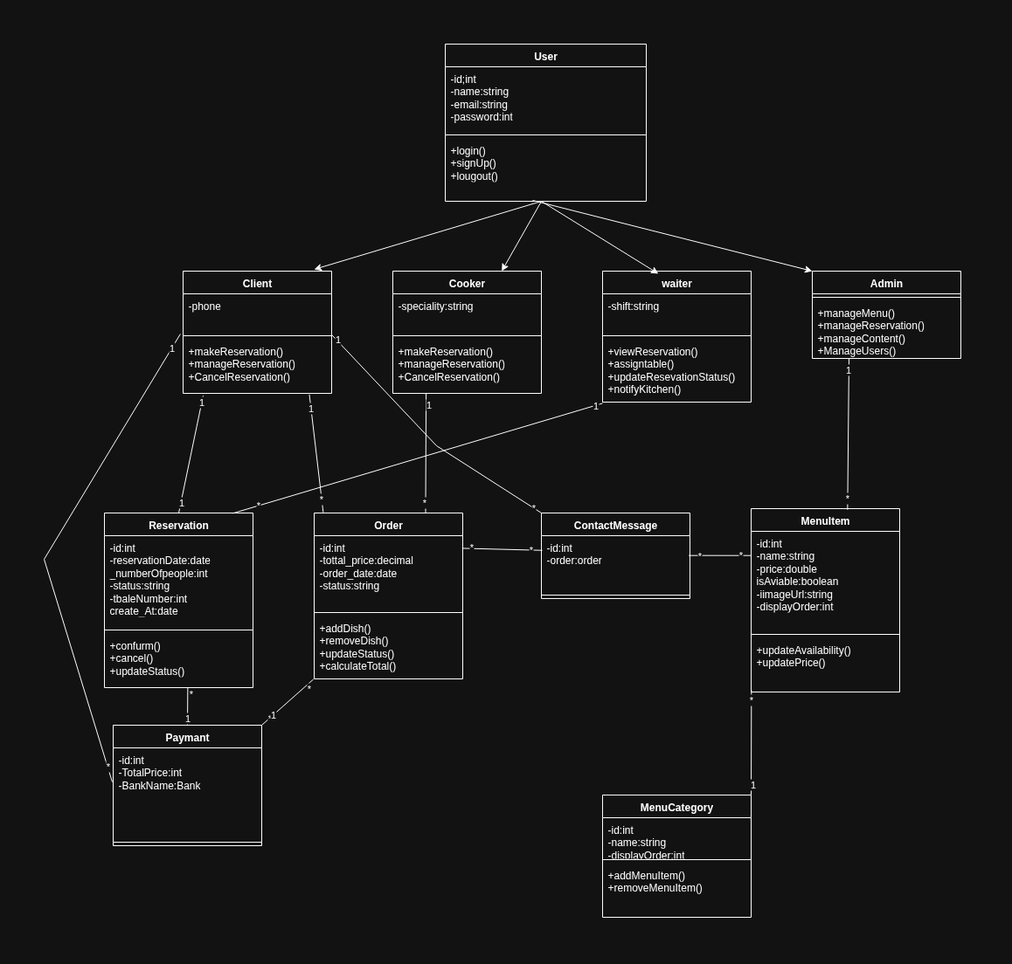
Earlier version of the draw.io export UML_Restaurant.drawio.png (ELMAKHTARLAARIF/Gestion_restaurant). Source tidied: cells renumbered, new cells last; positions are measured from the earlier drawing's top-left corner, leaving out a move shared by most shapes.
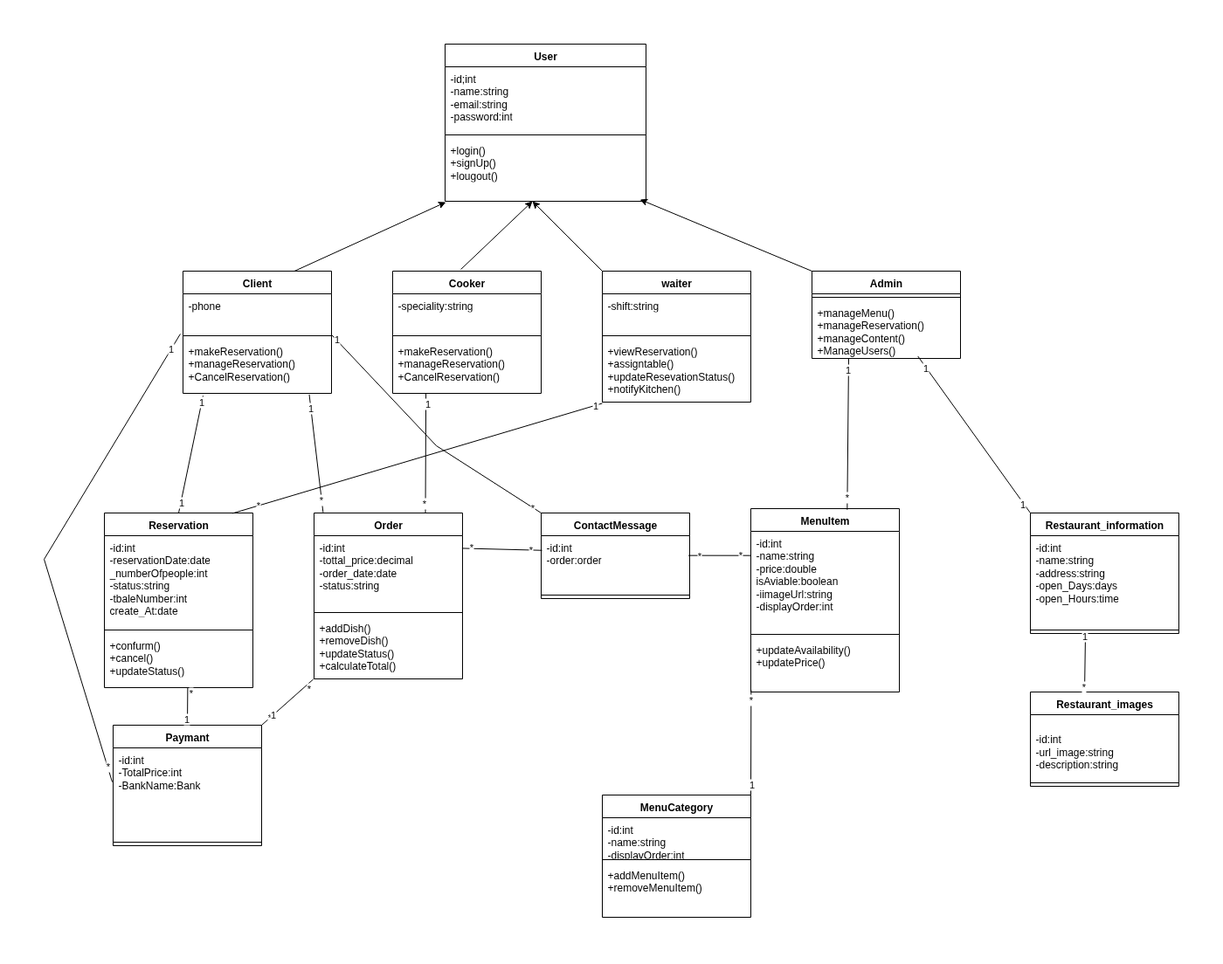
Later version of the same file.

Change to the diagram source:
```diff
@@ -259,25 +259,55 @@
     <mxCell id="80" value="1" style="edgeLabel;html=1;align=center;verticalAlign=middle;" parent="78" vertex="1">
       <mxGeometry x="-0.63" y="1" relative="1" as="geometry" />
     </mxCell>
-    <mxCell id="81" style="endArrow=classic;html=1;rounded=0;entryX=0;entryY=0;entryDx=0;entryDy=0;" parent="1" edge="1" target="10">
-      <mxGeometry relative="1" as="geometry">
-        <mxPoint x="559" y="179" as="sourcePoint" />
-      </mxGeometry>
+    <mxCell id="81" style="endArrow=classic;html=1;rounded=0;entryX=0.97;entryY=0.972;entryDx=0;entryDy=0;entryPerimeter=0;exitX=0;exitY=0;exitDx=0;exitDy=0;" parent="1" edge="1" source="10" target="5">
+      <mxGeometry relative="1" as="geometry" />
     </mxCell>
-    <mxCell id="82" style="endArrow=classic;html=1;rounded=0;entryX=0.376;entryY=0.02;entryDx=0;entryDy=0;entryPerimeter=0;" parent="1" edge="1" target="18">
+    <mxCell id="82" style="endArrow=classic;html=1;rounded=0;exitX=0;exitY=0;exitDx=0;exitDy=0;" parent="1" edge="1" source="18">
       <mxGeometry relative="1" as="geometry">
-        <mxPoint x="569" y="180" as="sourcePoint" />
+        <mxPoint x="559" y="180" as="targetPoint" />
       </mxGeometry>
     </mxCell>
-    <mxCell id="83" style="endArrow=classic;html=1;rounded=0;" parent="1" edge="1" target="14">
-      <mxGeometry relative="1" as="geometry">
-        <mxPoint x="569" y="180" as="sourcePoint" />
-      </mxGeometry>
+    <mxCell id="83" style="endArrow=classic;html=1;rounded=0;entryX=0.435;entryY=1;entryDx=0;entryDy=0;entryPerimeter=0;exitX=0.459;exitY=-0.014;exitDx=0;exitDy=0;exitPerimeter=0;" parent="1" edge="1" source="14" target="5">
+      <mxGeometry relative="1" as="geometry" />
     </mxCell>
-    <mxCell id="84" style="endArrow=classic;html=1;rounded=0;entryX=0.882;entryY=-0.014;entryDx=0;entryDy=0;entryPerimeter=0;" parent="1" edge="1" target="6">
-      <mxGeometry relative="1" as="geometry">
-        <mxPoint x="569" y="180" as="sourcePoint" />
-      </mxGeometry>
+    <mxCell id="84" style="endArrow=classic;html=1;rounded=0;entryX=0.004;entryY=1.014;entryDx=0;entryDy=0;entryPerimeter=0;exitX=0.75;exitY=0;exitDx=0;exitDy=0;" parent="1" edge="1" source="6" target="5">
+      <mxGeometry relative="1" as="geometry" />
     </mxCell>
+    <mxCell id="85" value="Restaurant_information" style="swimlane;fontStyle=1;align=center;verticalAlign=top;horizontal=1;startSize=26;whiteSpace=wrap;html=1;" parent="1" vertex="1">
+      <mxGeometry x="1129" y="537" width="170" height="138" as="geometry" />
+    </mxCell>
+    <mxCell id="86" value="-id:int&lt;div&gt;-name:string&lt;/div&gt;&lt;div&gt;-address:string&lt;/div&gt;&lt;div&gt;-open_Days:days&lt;/div&gt;&lt;div&gt;-open_Hours:time&lt;/div&gt;&lt;div&gt;&lt;br&gt;&lt;/div&gt;" style="text;strokeColor=none;fillColor=none;align=left;verticalAlign=top;spacingLeft=4;spacingRight=4;overflow=hidden;whiteSpace=wrap;html=1;" parent="85" vertex="1">
+      <mxGeometry y="26" width="170" height="104" as="geometry" />
+    </mxCell>
+    <mxCell id="87" style="line;strokeWidth=1;fillColor=none;align=left;verticalAlign=middle;spacingTop=-1;spacingLeft=3;spacingRight=3;labelPosition=right;points=[];portConstraint=eastwest;strokeColor=inherit;" parent="85" vertex="1">
+      <mxGeometry y="130" width="170" height="8" as="geometry" />
+    </mxCell>
+    <mxCell id="88" value="Restaurant_images" style="swimlane;fontStyle=1;align=center;verticalAlign=top;horizontal=1;startSize=26;whiteSpace=wrap;html=1;" parent="1" vertex="1">
+      <mxGeometry x="1129" y="742" width="170" height="108" as="geometry" />
+    </mxCell>
+    <mxCell id="89" value="&lt;div&gt;&lt;br&gt;&lt;/div&gt;&lt;div&gt;-id:int&lt;/div&gt;&lt;div&gt;-url_image:string&lt;/div&gt;&lt;div&gt;-description:string&lt;/div&gt;" style="text;strokeColor=none;fillColor=none;align=left;verticalAlign=top;spacingLeft=4;spacingRight=4;overflow=hidden;whiteSpace=wrap;html=1;" parent="88" vertex="1">
+      <mxGeometry y="26" width="170" height="74" as="geometry" />
+    </mxCell>
+    <mxCell id="90" style="line;strokeWidth=1;fillColor=none;align=left;verticalAlign=middle;spacingTop=-1;spacingLeft=3;spacingRight=3;labelPosition=right;strokeColor=inherit;" parent="88" vertex="1">
+      <mxGeometry y="100" width="170" height="8" as="geometry" />
+    </mxCell>
+    <mxCell id="91" style="endArrow=none;html=1;rounded=0;exitX=0.365;exitY=-0.009;exitDx=0;exitDy=0;exitPerimeter=0;entryX=0.371;entryY=0.75;entryDx=0;entryDy=0;entryPerimeter=0;" parent="1" edge="1" source="88" target="87">
+      <mxGeometry relative="1" as="geometry" />
+    </mxCell>
+    <mxCell id="92" value="1" style="edgeLabel;html=1;align=center;verticalAlign=middle;" parent="91" vertex="1">
+      <mxGeometry x="0.86" y="1" relative="1" as="geometry" />
+    </mxCell>
+    <mxCell id="93" value="*" style="edgeLabel;html=1;align=center;verticalAlign=middle;" parent="91" vertex="1">
+      <mxGeometry x="-0.84" y="1" relative="1" as="geometry" />
+    </mxCell>
+    <mxCell id="94" style="endArrow=none;html=1;rounded=0;entryX=0.713;entryY=0.961;entryDx=0;entryDy=0;entryPerimeter=0;exitX=0;exitY=0;exitDx=0;exitDy=0;" parent="1" edge="1" source="85" target="13">
+      <mxGeometry relative="1" as="geometry" />
+    </mxCell>
+    <mxCell id="95" value="1" style="edgeLabel;html=1;align=center;verticalAlign=middle;" parent="94" vertex="1">
+      <mxGeometry x="0.86" y="1" relative="1" as="geometry" />
+    </mxCell>
+    <mxCell id="96" value="1" style="edgeLabel;html=1;align=center;verticalAlign=middle;" parent="94" vertex="1">
+      <mxGeometry x="-0.88" y="1" relative="1" as="geometry" />
+    </mxCell>
   </root>
 </mxGraphModel>
```
